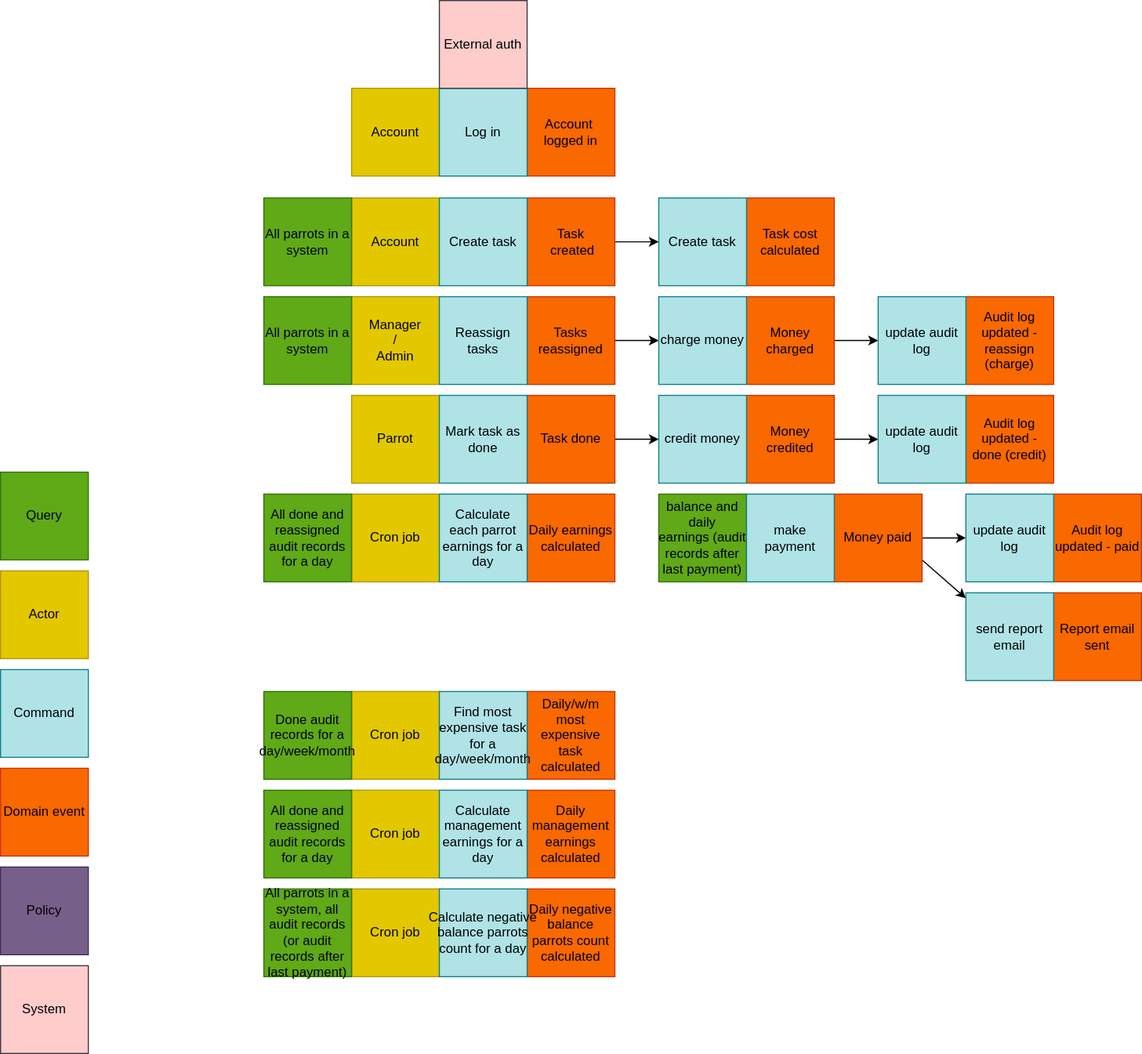
This is diagrams/1_actors_commands.svg from stroykova/aTES, a draw.io export, as it was before one commit. Source tidied: cells renumbered, new cells last; positions are measured from the earlier drawing's top-left corner, leaving out a move shared by most shapes.
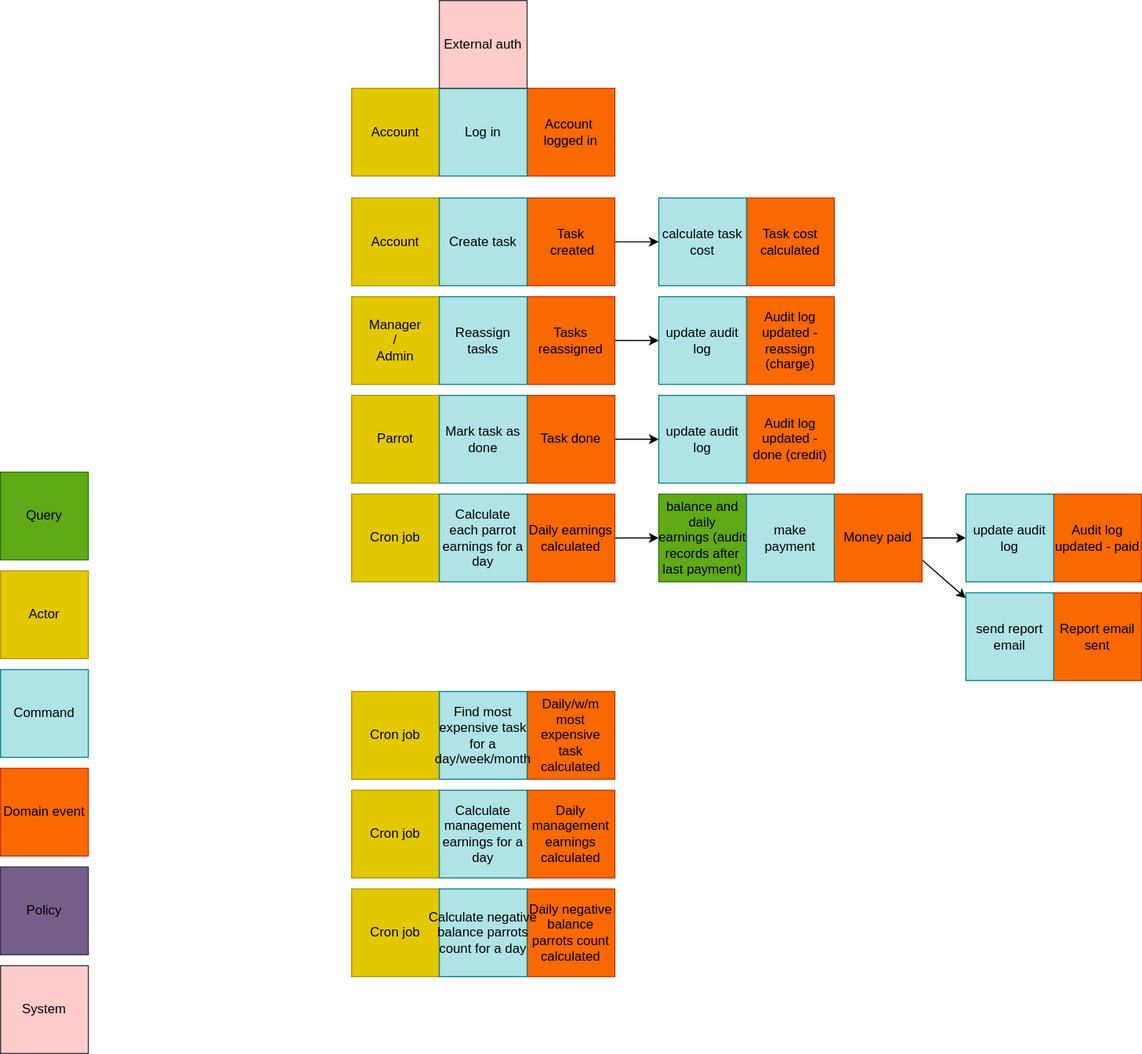
After the commit.

Diff of the diagram source:
```diff
@@ -29,13 +29,13 @@
     <mxCell id="10" value="Task&lt;br&gt;&amp;nbsp;created" style="whiteSpace=wrap;html=1;fontColor=#000000;fillColor=#fa6800;strokeColor=#C73500;" parent="1" vertex="1">
       <mxGeometry x="480" y="180" width="80" height="80" as="geometry" />
     </mxCell>
-    <mxCell id="11" style="edgeStyle=none;html=1;" parent="1" edge="1" source="12" target="55">
+    <mxCell id="11" style="edgeStyle=none;html=1;entryX=0;entryY=0.5;entryDx=0;entryDy=0;" parent="1" edge="1" source="12" target="56">
       <mxGeometry relative="1" as="geometry" />
     </mxCell>
     <mxCell id="12" value="Tasks reassigned" style="whiteSpace=wrap;html=1;fontColor=#000000;fillColor=#fa6800;strokeColor=#C73500;" parent="1" vertex="1">
       <mxGeometry x="480" y="270" width="80" height="80" as="geometry" />
     </mxCell>
-    <mxCell id="13" style="edgeStyle=none;html=1;" parent="1" edge="1" source="14" target="57">
+    <mxCell id="13" style="edgeStyle=none;html=1;entryX=0;entryY=0.5;entryDx=0;entryDy=0;" parent="1" edge="1" source="14" target="58">
       <mxGeometry relative="1" as="geometry" />
     </mxCell>
     <mxCell id="14" value="Task done" style="whiteSpace=wrap;html=1;fontColor=#000000;fillColor=#fa6800;strokeColor=#C73500;" parent="1" vertex="1">
@@ -44,18 +44,9 @@
     <mxCell id="15" value="Task cost calculated" style="whiteSpace=wrap;html=1;fontColor=#000000;fillColor=#fa6800;strokeColor=#C73500;" parent="1" vertex="1">
       <mxGeometry x="680" y="180" width="80" height="80" as="geometry" />
     </mxCell>
-    <mxCell id="16" style="edgeStyle=none;html=1;" parent="1" edge="1" source="17" target="56">
-      <mxGeometry relative="1" as="geometry" />
-    </mxCell>
-    <mxCell id="17" value="Money charged" style="whiteSpace=wrap;html=1;fontColor=#000000;fillColor=#fa6800;strokeColor=#C73500;" parent="1" vertex="1">
-      <mxGeometry x="680" y="270" width="80" height="80" as="geometry" />
-    </mxCell>
-    <mxCell id="18" style="edgeStyle=none;html=1;" parent="1" edge="1" source="19" target="58">
-      <mxGeometry relative="1" as="geometry" />
-    </mxCell>
-    <mxCell id="19" value="Money credited" style="whiteSpace=wrap;html=1;fontColor=#000000;fillColor=#fa6800;strokeColor=#C73500;" parent="1" vertex="1">
-      <mxGeometry x="680" y="360" width="80" height="80" as="geometry" />
-    </mxCell>
+    <mxCell id="63" style="edgeStyle=none;html=1;" parent="1" edge="1" source="20" target="52">
+      <mxGeometry relative="1" as="geometry" />
+    </mxCell>
     <mxCell id="20" value="Daily earnings calculated" style="whiteSpace=wrap;html=1;fontColor=#000000;fillColor=#fa6800;strokeColor=#C73500;" parent="1" vertex="1">
       <mxGeometry x="480" y="450" width="80" height="80" as="geometry" />
     </mxCell>
@@ -95,18 +86,12 @@
     <mxCell id="32" value="&lt;font color=&quot;#000000&quot;&gt;Create task&lt;/font&gt;" style="whiteSpace=wrap;html=1;fillColor=#b0e3e6;strokeColor=#0e8088;" parent="1" vertex="1">
       <mxGeometry x="400" y="180" width="80" height="80" as="geometry" />
     </mxCell>
-    <mxCell id="33" value="&lt;font color=&quot;#000000&quot;&gt;All parrots in a system&lt;/font&gt;" style="whiteSpace=wrap;html=1;fillColor=#60a917;fontColor=#ffffff;strokeColor=#2D7600;" parent="1" vertex="1">
-      <mxGeometry x="240" y="180" width="80" height="80" as="geometry" />
-    </mxCell>
     <mxCell id="34" value="Manager&lt;br&gt;/&lt;br&gt;Admin" style="whiteSpace=wrap;html=1;fillColor=#e3c800;fontColor=#000000;strokeColor=#B09500;" parent="1" vertex="1">
       <mxGeometry x="320" y="270" width="80" height="80" as="geometry" />
     </mxCell>
     <mxCell id="35" value="&lt;font color=&quot;#000000&quot;&gt;Reassign tasks&lt;/font&gt;" style="whiteSpace=wrap;html=1;fillColor=#b0e3e6;strokeColor=#0e8088;" parent="1" vertex="1">
       <mxGeometry x="400" y="270" width="80" height="80" as="geometry" />
     </mxCell>
-    <mxCell id="36" value="&lt;font color=&quot;#000000&quot;&gt;All parrots in a system&lt;/font&gt;" style="whiteSpace=wrap;html=1;fillColor=#60a917;fontColor=#ffffff;strokeColor=#2D7600;" parent="1" vertex="1">
-      <mxGeometry x="240" y="270" width="80" height="80" as="geometry" />
-    </mxCell>
     <mxCell id="37" value="Parrot" style="whiteSpace=wrap;html=1;fillColor=#e3c800;fontColor=#000000;strokeColor=#B09500;" parent="1" vertex="1">
       <mxGeometry x="320" y="360" width="80" height="80" as="geometry" />
     </mxCell>
@@ -114,10 +99,10 @@
       <mxGeometry x="400" y="360" width="80" height="80" as="geometry" />
     </mxCell>
     <mxCell id="39" value="Audit log updated - reassign (charge)" style="whiteSpace=wrap;html=1;fontColor=#000000;fillColor=#fa6800;strokeColor=#C73500;" parent="1" vertex="1">
-      <mxGeometry x="880" y="270" width="80" height="80" as="geometry" />
+      <mxGeometry x="680" y="270" width="80" height="80" as="geometry" />
     </mxCell>
     <mxCell id="40" value="Audit log updated - done (credit)" style="whiteSpace=wrap;html=1;fontColor=#000000;fillColor=#fa6800;strokeColor=#C73500;" parent="1" vertex="1">
-      <mxGeometry x="880" y="360" width="80" height="80" as="geometry" />
+      <mxGeometry x="680" y="360" width="80" height="80" as="geometry" />
     </mxCell>
     <mxCell id="41" value="Cron job" style="whiteSpace=wrap;html=1;fillColor=#e3c800;fontColor=#000000;strokeColor=#B09500;" parent="1" vertex="1">
       <mxGeometry x="320" y="720" width="80" height="80" as="geometry" />
@@ -128,15 +113,9 @@
     <mxCell id="43" value="Cron job" style="whiteSpace=wrap;html=1;fillColor=#e3c800;fontColor=#000000;strokeColor=#B09500;" parent="1" vertex="1">
       <mxGeometry x="320" y="810" width="80" height="80" as="geometry" />
     </mxCell>
-    <mxCell id="44" value="&lt;span style=&quot;color: rgb(0, 0, 0);&quot;&gt;Done audit records for a day/week/month&lt;/span&gt;" style="whiteSpace=wrap;html=1;fillColor=#60a917;fontColor=#ffffff;strokeColor=#2D7600;" parent="1" vertex="1">
-      <mxGeometry x="240" y="630" width="80" height="80" as="geometry" />
-    </mxCell>
     <mxCell id="45" value="&lt;font color=&quot;#000000&quot;&gt;Find most expensive task for a day/week/month&lt;/font&gt;" style="whiteSpace=wrap;html=1;fillColor=#b0e3e6;strokeColor=#0e8088;" parent="1" vertex="1">
       <mxGeometry x="400" y="630" width="80" height="80" as="geometry" />
     </mxCell>
-    <mxCell id="46" value="&lt;font color=&quot;#000000&quot;&gt;All done and reassigned audit records for a day&lt;/font&gt;" style="whiteSpace=wrap;html=1;fillColor=#60a917;fontColor=#ffffff;strokeColor=#2D7600;" parent="1" vertex="1">
-      <mxGeometry x="240" y="720" width="80" height="80" as="geometry" />
-    </mxCell>
     <mxCell id="47" value="&lt;font color=&quot;#000000&quot;&gt;Calculate management earnings for a day&lt;/font&gt;" style="whiteSpace=wrap;html=1;fillColor=#b0e3e6;strokeColor=#0e8088;" parent="1" vertex="1">
       <mxGeometry x="400" y="720" width="80" height="80" as="geometry" />
     </mxCell>
@@ -146,32 +125,20 @@
     <mxCell id="49" value="&lt;font color=&quot;#000000&quot;&gt;Calculate each parrot earnings for a day&lt;/font&gt;" style="whiteSpace=wrap;html=1;fillColor=#b0e3e6;strokeColor=#0e8088;" parent="1" vertex="1">
       <mxGeometry x="400" y="450" width="80" height="80" as="geometry" />
     </mxCell>
-    <mxCell id="50" value="&lt;span style=&quot;color: rgb(0, 0, 0);&quot;&gt;All done and reassigned audit records for a day&lt;/span&gt;" style="whiteSpace=wrap;html=1;fillColor=#60a917;fontColor=#ffffff;strokeColor=#2D7600;" parent="1" vertex="1">
-      <mxGeometry x="240" y="450" width="80" height="80" as="geometry" />
-    </mxCell>
-    <mxCell id="51" value="&lt;font color=&quot;#000000&quot;&gt;All parrots in a system, all audit records (or audit records after last payment)&lt;/font&gt;" style="whiteSpace=wrap;html=1;fillColor=#60a917;fontColor=#ffffff;strokeColor=#2D7600;" parent="1" vertex="1">
-      <mxGeometry x="240" y="810" width="80" height="80" as="geometry" />
-    </mxCell>
     <mxCell id="52" value="&lt;font color=&quot;#000000&quot;&gt;balance and daily earnings&amp;nbsp;&lt;/font&gt;&lt;span style=&quot;color: rgb(0, 0, 0);&quot;&gt;(audit records after last payment)&lt;/span&gt;" style="whiteSpace=wrap;html=1;fillColor=#60a917;fontColor=#ffffff;strokeColor=#2D7600;" parent="1" vertex="1">
       <mxGeometry x="600" y="450" width="80" height="80" as="geometry" />
     </mxCell>
     <mxCell id="53" value="&lt;font color=&quot;#000000&quot;&gt;Calculate&amp;nbsp;&lt;/font&gt;&lt;span style=&quot;color: rgb(0, 0, 0);&quot;&gt;negative balance parrots count&lt;/span&gt;&lt;font color=&quot;#000000&quot;&gt;&amp;nbsp;for a day&lt;/font&gt;" style="whiteSpace=wrap;html=1;fillColor=#b0e3e6;strokeColor=#0e8088;" parent="1" vertex="1">
       <mxGeometry x="400" y="810" width="80" height="80" as="geometry" />
     </mxCell>
-    <mxCell id="54" value="&lt;font color=&quot;#000000&quot;&gt;Create task&lt;/font&gt;" style="whiteSpace=wrap;html=1;fillColor=#b0e3e6;strokeColor=#0e8088;" parent="1" vertex="1">
+    <mxCell id="54" value="&lt;font color=&quot;#000000&quot;&gt;calculate task cost&lt;/font&gt;" style="whiteSpace=wrap;html=1;fillColor=#b0e3e6;strokeColor=#0e8088;" parent="1" vertex="1">
       <mxGeometry x="600" y="180" width="80" height="80" as="geometry" />
     </mxCell>
-    <mxCell id="55" value="&lt;font color=&quot;#000000&quot;&gt;charge money&lt;/font&gt;" style="whiteSpace=wrap;html=1;fillColor=#b0e3e6;strokeColor=#0e8088;" parent="1" vertex="1">
-      <mxGeometry x="600" y="270" width="80" height="80" as="geometry" />
-    </mxCell>
     <mxCell id="56" value="&lt;font color=&quot;#000000&quot;&gt;update audit log&lt;/font&gt;" style="whiteSpace=wrap;html=1;fillColor=#b0e3e6;strokeColor=#0e8088;" parent="1" vertex="1">
-      <mxGeometry x="800" y="270" width="80" height="80" as="geometry" />
+      <mxGeometry x="600" y="270" width="80" height="80" as="geometry" />
     </mxCell>
-    <mxCell id="57" value="&lt;font color=&quot;#000000&quot;&gt;credit money&lt;/font&gt;" style="whiteSpace=wrap;html=1;fillColor=#b0e3e6;strokeColor=#0e8088;" parent="1" vertex="1">
-      <mxGeometry x="600" y="360" width="80" height="80" as="geometry" />
-    </mxCell>
     <mxCell id="58" value="&lt;font color=&quot;#000000&quot;&gt;update audit log&lt;/font&gt;" style="whiteSpace=wrap;html=1;fillColor=#b0e3e6;strokeColor=#0e8088;" parent="1" vertex="1">
-      <mxGeometry x="800" y="360" width="80" height="80" as="geometry" />
+      <mxGeometry x="600" y="360" width="80" height="80" as="geometry" />
     </mxCell>
     <mxCell id="59" value="&lt;font color=&quot;#000000&quot;&gt;make payment&lt;/font&gt;" style="whiteSpace=wrap;html=1;fillColor=#b0e3e6;strokeColor=#0e8088;" parent="1" vertex="1">
       <mxGeometry x="680" y="450" width="80" height="80" as="geometry" />
```
